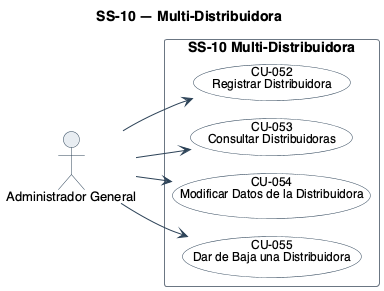
This is diagramas/uml/CU_SS-10_Multi-Distribuidora.png from Nahuelito-Dev/splg-docs, a PlantUML export, as it was before one commit. The source it was exported from:
```plantuml
@startuml
!pragma layout smetana
title SS-10 — Multi-Distribuidora
left to right direction
skinparam backgroundColor #FFFFFF
skinparam shadowing false
skinparam defaultFontName Helvetica
skinparam defaultFontSize 13
skinparam ArrowColor #2C4257
skinparam actor {
  BorderColor #2C4257
  BackgroundColor #E8EDF2
}
skinparam usecase {
  BorderColor #2C4257
  BackgroundColor #FFFFFF
  FontSize 12
  BorderColor<<pendiente>> #9C4436
  BackgroundColor<<pendiente>> #F6E4E1
}
skinparam rectangle {
  BorderColor #6B7683
  FontSize 14
  FontStyle bold
}

actor "Administrador General" as A5

rectangle "SS-10 Multi-Distribuidora" {
  usecase "CU-052\nRegistrar Distribuidora" as U52
  usecase "CU-053\nConsultar Distribuidoras" as U53
  usecase "CU-054\nModificar Datos de la Distribuidora" as U54
  usecase "CU-055\nDar de Baja una Distribuidora" as U55
}

A5 --> U52
A5 --> U53
A5 --> U54
A5 --> U55
@enduml
```
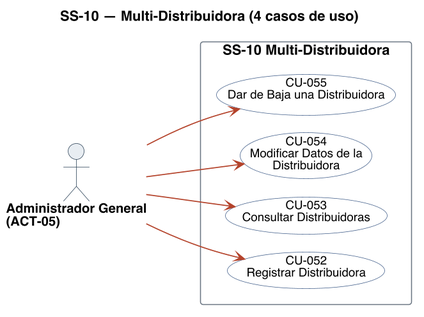
After the change.

Change to the diagram source:
```diff
@@ -1,22 +1,23 @@
 @startuml
-!pragma layout smetana
-title SS-10 — Multi-Distribuidora
+title SS-10 — Multi-Distribuidora (4 casos de uso)
 left to right direction
 skinparam backgroundColor #FFFFFF
 skinparam shadowing false
 skinparam defaultFontName Helvetica
 skinparam defaultFontSize 13
+skinparam dpi 150
 skinparam ArrowColor #2C4257
+skinparam ArrowThickness 1.1
 skinparam actor {
   BorderColor #2C4257
   BackgroundColor #E8EDF2
+  FontSize 13
+  FontStyle bold
 }
 skinparam usecase {
   BorderColor #2C4257
   BackgroundColor #FFFFFF
   FontSize 12
-  BorderColor<<pendiente>> #9C4436
-  BackgroundColor<<pendiente>> #F6E4E1
 }
 skinparam rectangle {
   BorderColor #6B7683
@@ -24,17 +25,25 @@
   FontStyle bold
 }
 
-actor "Administrador General" as A5
+skinparam nodesep 18
+skinparam ranksep 70
+skinparam usecase {
+  BorderColor<<pendiente>> #9C4436
+  BackgroundColor<<pendiente>> #F6E4E1
+}
+
+actor "Administrador General\n(ACT-05)" as A05
 
 rectangle "SS-10 Multi-Distribuidora" {
-  usecase "CU-052\nRegistrar Distribuidora" as U52
-  usecase "CU-053\nConsultar Distribuidoras" as U53
-  usecase "CU-054\nModificar Datos de la Distribuidora" as U54
-  usecase "CU-055\nDar de Baja una Distribuidora" as U55
+  usecase "CU-052\nRegistrar Distribuidora" as U052 #back:FFFFFF;line:44608B
+  usecase "CU-053\nConsultar Distribuidoras" as U053 #back:FFFFFF;line:44608B
+  usecase "CU-054\nModificar Datos de la\nDistribuidora" as U054 #back:FFFFFF;line:44608B
+  usecase "CU-055\nDar de Baja una Distribuidora" as U055 #back:FFFFFF;line:44608B
 }
 
-A5 --> U52
-A5 --> U53
-A5 --> U54
-A5 --> U55
+A05 -[#B4432B]-> U052
+A05 -[#B4432B]-> U053
+A05 -[#B4432B]-> U054
+A05 -[#B4432B]-> U055
+
 @enduml
```
